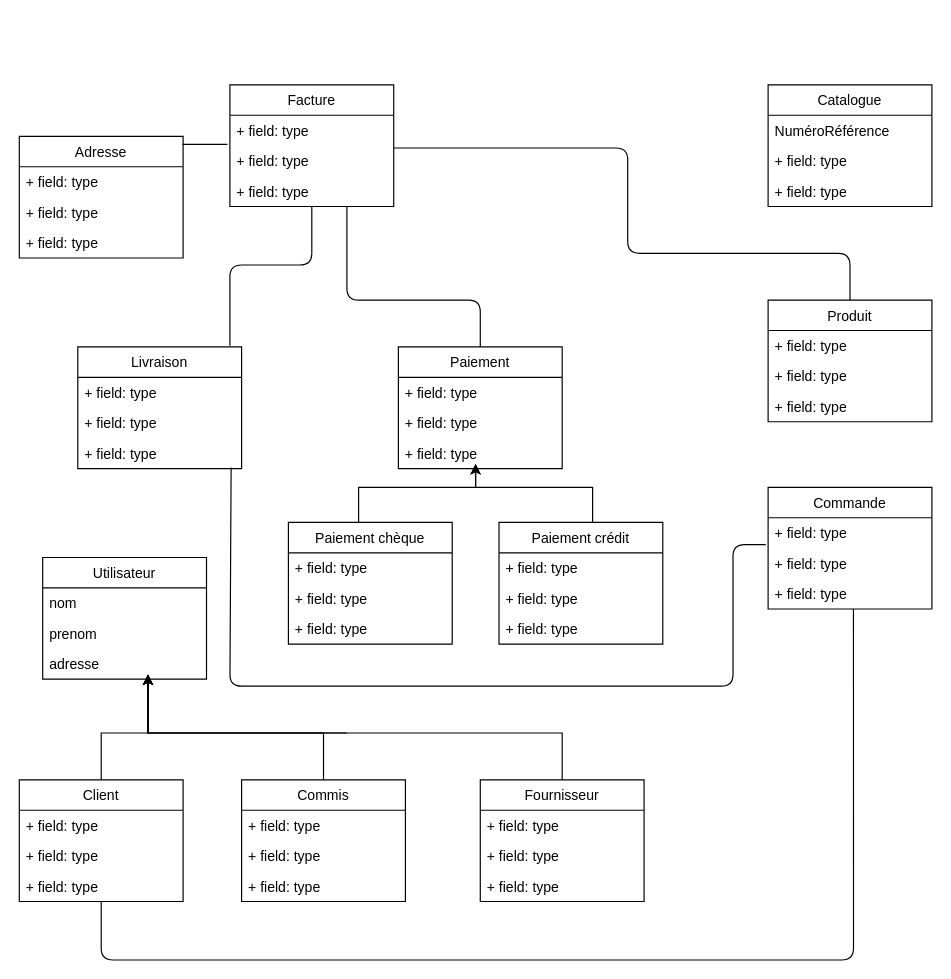
Above: Untitled Diagram.drawio in anaisyaici/tpINF3080 (draw.io), before the change. Source tidied: cells renumbered, new cells numbered last; positions are measured from the earlier drawing's top-left corner, leaving out a move shared by most shapes. Both pictures are drawn from the tidied source at 117%, with x=0, y=0 at pixel (19, 84).
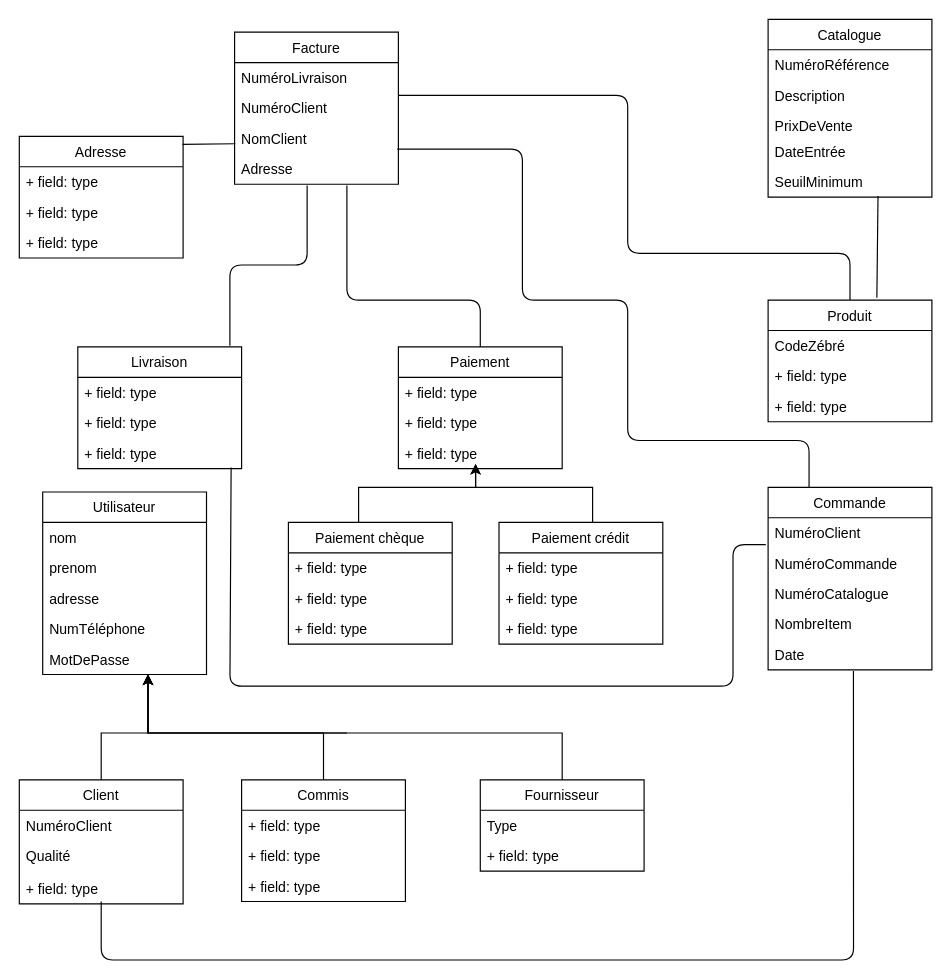
The same page after the edit.

The change refers to these unchanged cells:
```xml
<mxCell id="21" value="Paiement" style="swimlane;fontStyle=0;horizontal=1;startSize=26;fillColor=none;" parent="1" vertex="1">
  <mxGeometry x="324" y="224" width="140" height="104" as="geometry" />
</mxCell>
<mxCell id="35" value="Produit" style="swimlane;fontStyle=0;horizontal=1;startSize=26;fillColor=none;" parent="1" vertex="1">
  <mxGeometry x="640" y="184" width="140" height="104" as="geometry" />
</mxCell>
<mxCell id="60" value="Adresse" style="swimlane;fontStyle=0;horizontal=1;startSize=26;fillColor=none;" parent="1" vertex="1">
  <mxGeometry y="44" width="140" height="104" as="geometry" />
</mxCell>
```

What changed in the source:
```diff
@@
     <mxCell id="3" value="Client" style="swimlane;fontStyle=0;horizontal=1;startSize=26;fillColor=none;" parent="1" vertex="1">
-      <mxGeometry y="594" width="140" height="104" as="geometry" />
+      <mxGeometry y="594" width="140" height="106" as="geometry" />
     </mxCell>
-    <mxCell id="4" value="+ field: type" style="text;strokeColor=none;fillColor=none;align=left;verticalAlign=top;spacingLeft=4;spacingRight=4;overflow=hidden;" parent="3" vertex="1">
+    <mxCell id="4" value="NuméroClient" style="text;strokeColor=none;fillColor=none;align=left;verticalAlign=top;spacingLeft=4;spacingRight=4;overflow=hidden;" parent="3" vertex="1">
       <mxGeometry y="26" width="140" height="26" as="geometry" />
     </mxCell>
-    <mxCell id="5" value="+ field: type" style="text;strokeColor=none;fillColor=none;align=left;verticalAlign=top;spacingLeft=4;spacingRight=4;overflow=hidden;" parent="3" vertex="1">
-      <mxGeometry y="52" width="140" height="26" as="geometry" />
+    <mxCell id="5" value="Qualité" style="text;strokeColor=none;fillColor=none;align=left;verticalAlign=top;spacingLeft=4;spacingRight=4;overflow=hidden;" parent="3" vertex="1">
+      <mxGeometry y="52" width="140" height="28" as="geometry" />
     </mxCell>
     <mxCell id="6" value="+ field: type" style="text;strokeColor=none;fillColor=none;align=left;verticalAlign=top;spacingLeft=4;spacingRight=4;overflow=hidden;" parent="3" vertex="1">
-      <mxGeometry y="78" width="140" height="26" as="geometry" />
+      <mxGeometry y="80" width="140" height="26" as="geometry" />
     </mxCell>
@@
-    <mxCell id="8" value="Utilisateur" style="swimlane;fontStyle=0;horizontal=1;startSize=26;fillColor=none;" parent="1" vertex="1">
-      <mxGeometry x="20" y="404" width="140" height="104" as="geometry" />
-    </mxCell>
-    <mxCell id="9" value="nom" style="text;strokeColor=none;fillColor=none;align=left;verticalAlign=top;spacingLeft=4;spacingRight=4;overflow=hidden;" parent="8" vertex="1">
-      <mxGeometry y="26" width="140" height="26" as="geometry" />
-    </mxCell>
-    <mxCell id="10" value="prenom" style="text;strokeColor=none;fillColor=none;align=left;verticalAlign=top;spacingLeft=4;spacingRight=4;overflow=hidden;" parent="8" vertex="1">
-      <mxGeometry y="52" width="140" height="26" as="geometry" />
-    </mxCell>
-    <mxCell id="11" value="adresse" style="text;strokeColor=none;fillColor=none;align=left;verticalAlign=top;spacingLeft=4;spacingRight=4;overflow=hidden;" parent="8" vertex="1">
-      <mxGeometry y="78" width="140" height="26" as="geometry" />
-    </mxCell>
@@
     <mxCell id="13" value="Commande" style="swimlane;fontStyle=0;horizontal=1;startSize=26;fillColor=none;" parent="1" vertex="1">
-      <mxGeometry x="640" y="344" width="140" height="104" as="geometry" />
+      <mxGeometry x="640" y="344" width="140" height="156" as="geometry" />
     </mxCell>
-    <mxCell id="14" value="+ field: type" style="text;strokeColor=none;fillColor=none;align=left;verticalAlign=top;spacingLeft=4;spacingRight=4;overflow=hidden;points=[[0,0.5],[1,0.5]];portConstraint=eastwest;" parent="13" vertex="1">
+    <mxCell id="14" value="NuméroClient" style="text;strokeColor=none;fillColor=none;align=left;verticalAlign=top;spacingLeft=4;spacingRight=4;overflow=hidden;points=[[0,0.5],[1,0.5]];portConstraint=eastwest;" parent="13" vertex="1">
       <mxGeometry y="26" width="140" height="26" as="geometry" />
     </mxCell>
-    <mxCell id="15" value="+ field: type" style="text;strokeColor=none;fillColor=none;align=left;verticalAlign=top;spacingLeft=4;spacingRight=4;overflow=hidden;" parent="13" vertex="1">
+    <mxCell id="15" value="NuméroCommande" style="text;strokeColor=none;fillColor=none;align=left;verticalAlign=top;spacingLeft=4;spacingRight=4;overflow=hidden;" parent="13" vertex="1">
       <mxGeometry y="52" width="140" height="26" as="geometry" />
     </mxCell>
-    <mxCell id="16" value="+ field: type" style="text;strokeColor=none;fillColor=none;align=left;verticalAlign=top;spacingLeft=4;spacingRight=4;overflow=hidden;points=[[0,0.5],[1,0.5]];portConstraint=eastwest;" parent="13" vertex="1">
+    <mxCell id="16" value="NuméroCatalogue" style="text;strokeColor=none;fillColor=none;align=left;verticalAlign=top;spacingLeft=4;spacingRight=4;overflow=hidden;points=[[0,0.5],[1,0.5]];portConstraint=eastwest;" parent="13" vertex="1">
       <mxGeometry y="78" width="140" height="26" as="geometry" />
     </mxCell>
+    <mxCell id="66" value="NombreItem" style="text;strokeColor=none;fillColor=none;align=left;verticalAlign=top;spacingLeft=4;spacingRight=4;overflow=hidden;" parent="13" vertex="1">
+      <mxGeometry y="104" width="140" height="26" as="geometry" />
+    </mxCell>
+    <mxCell id="67" value="Date" style="text;strokeColor=none;fillColor=none;align=left;verticalAlign=top;spacingLeft=4;spacingRight=4;overflow=hidden;points=[[0,0.5],[1,0.5]];portConstraint=eastwest;" parent="13" vertex="1">
+      <mxGeometry y="130" width="140" height="26" as="geometry" />
+    </mxCell>
@@
-    <mxCell id="36" value="+ field: type" style="text;strokeColor=none;fillColor=none;align=left;verticalAlign=top;spacingLeft=4;spacingRight=4;overflow=hidden;" parent="35" vertex="1">
+    <mxCell id="36" value="CodeZébré" style="text;strokeColor=none;fillColor=none;align=left;verticalAlign=top;spacingLeft=4;spacingRight=4;overflow=hidden;" parent="35" vertex="1">
       <mxGeometry y="26" width="140" height="26" as="geometry" />
     </mxCell>
@@
     <mxCell id="44" value="Fournisseur" style="swimlane;fontStyle=0;horizontal=1;startSize=26;fillColor=none;" parent="1" vertex="1">
-      <mxGeometry x="394" y="594" width="140" height="104" as="geometry" />
+      <mxGeometry x="394" y="594" width="140" height="78" as="geometry" />
     </mxCell>
-    <mxCell id="45" value="+ field: type" style="text;strokeColor=none;fillColor=none;align=left;verticalAlign=top;spacingLeft=4;spacingRight=4;overflow=hidden;" parent="44" vertex="1">
+    <mxCell id="45" value="Type" style="text;strokeColor=none;fillColor=none;align=left;verticalAlign=top;spacingLeft=4;spacingRight=4;overflow=hidden;" parent="44" vertex="1">
       <mxGeometry y="26" width="140" height="26" as="geometry" />
     </mxCell>
-    <mxCell id="46" value="+ field: type" style="text;strokeColor=none;fillColor=none;align=left;verticalAlign=top;spacingLeft=4;spacingRight=4;overflow=hidden;" parent="44" vertex="1">
-      <mxGeometry y="52" width="140" height="26" as="geometry" />
-    </mxCell>
     <mxCell id="47" value="+ field: type" style="text;strokeColor=none;fillColor=none;align=left;verticalAlign=top;spacingLeft=4;spacingRight=4;overflow=hidden;" parent="44" vertex="1">
-      <mxGeometry y="78" width="140" height="26" as="geometry" />
+      <mxGeometry y="52" width="140" height="26" as="geometry" />
     </mxCell>
-    <mxCell id="48" value="Catalogue" style="swimlane;fontStyle=0;horizontal=1;startSize=26;fillColor=none;" parent="1" vertex="1">
-      <mxGeometry x="640" width="140" height="104" as="geometry" />
-    </mxCell>
-    <mxCell id="49" value="NuméroRéférence" style="text;strokeColor=none;fillColor=none;align=left;verticalAlign=top;spacingLeft=4;spacingRight=4;overflow=hidden;" parent="48" vertex="1">
-      <mxGeometry y="26" width="140" height="26" as="geometry" />
-    </mxCell>
-    <mxCell id="50" value="+ field: type" style="text;strokeColor=none;fillColor=none;align=left;verticalAlign=top;spacingLeft=4;spacingRight=4;overflow=hidden;" parent="48" vertex="1">
-      <mxGeometry y="52" width="140" height="26" as="geometry" />
-    </mxCell>
-    <mxCell id="51" value="+ field: type" style="text;strokeColor=none;fillColor=none;align=left;verticalAlign=top;spacingLeft=4;spacingRight=4;overflow=hidden;" parent="48" vertex="1">
-      <mxGeometry y="78" width="140" height="26" as="geometry" />
-    </mxCell>
-    <mxCell id="52" value="Facture" style="swimlane;fontStyle=0;horizontal=1;startSize=26;fillColor=none;" parent="1" vertex="1">
-      <mxGeometry x="180" width="140" height="104" as="geometry" />
-    </mxCell>
-    <mxCell id="53" value="+ field: type" style="text;strokeColor=none;fillColor=none;align=left;verticalAlign=top;spacingLeft=4;spacingRight=4;overflow=hidden;" parent="52" vertex="1">
-      <mxGeometry y="26" width="140" height="26" as="geometry" />
-    </mxCell>
-    <mxCell id="54" value="+ field: type" style="text;strokeColor=none;fillColor=none;align=left;verticalAlign=top;spacingLeft=4;spacingRight=4;overflow=hidden;points=[[0,0.5],[1,0.5]];portConstraint=eastwest;" parent="52" vertex="1">
-      <mxGeometry y="52" width="140" height="26" as="geometry" />
-    </mxCell>
-    <mxCell id="55" value="+ field: type" style="text;strokeColor=none;fillColor=none;align=left;verticalAlign=top;spacingLeft=4;spacingRight=4;overflow=hidden;points=[[0,0.5],[1,0.5]];portConstraint=eastwest;" parent="52" vertex="1">
-      <mxGeometry y="78" width="140" height="26" as="geometry" />
-    </mxCell>
-    <mxCell id="56" style="endArrow=none;html=1;exitX=0.521;exitY=1;exitDx=0;exitDy=0;exitPerimeter=0;" parent="1" edge="1" source="16">
+    <mxCell id="56" style="endArrow=none;html=1;exitX=0.521;exitY=1.038;exitDx=0;exitDy=0;exitPerimeter=0;" parent="1" edge="1" source="67">
       <mxGeometry relative="1" as="geometry">
         <mxPoint x="70" y="698" as="targetPoint" />
         <Array as="points">
           <mxPoint x="713" y="748" />
           <mxPoint x="390" y="748" />
           <mxPoint x="70" y="748" />
         </Array>
       </mxGeometry>
     </mxCell>
-    <mxCell id="57" style="endArrow=none;html=1;entryX=0.5;entryY=0;entryDx=0;entryDy=0;" parent="1" edge="1" source="55" target="21">
+    <mxCell id="57" style="endArrow=none;html=1;entryX=0.5;entryY=0;entryDx=0;entryDy=0;" parent="1" edge="1" target="21">
       <mxGeometry relative="1" as="geometry">
+        <mxPoint x="280" y="86" as="sourcePoint" />
         <Array as="points">
           <mxPoint x="280" y="104" />
           <mxPoint x="280" y="184" />
           <mxPoint x="394" y="184" />
         </Array>
       </mxGeometry>
     </mxCell>
     <mxCell id="58" style="endArrow=none;html=1;entryX=0.5;entryY=0;entryDx=0;entryDy=0;exitX=1;exitY=0.077;exitDx=0;exitDy=0;exitPerimeter=0;" parent="1" edge="1" source="54" target="35">
       <mxGeometry relative="1" as="geometry">
         <Array as="points">
-          <mxPoint x="430" y="54" />
+          <mxPoint x="520" y="9" />
           <mxPoint x="520" y="54" />
           <mxPoint x="520" y="144" />
           <mxPoint x="710" y="144" />
         </Array>
       </mxGeometry>
     </mxCell>
@@
-    <mxCell id="64" style="endArrow=none;html=1;" parent="1" edge="1" target="55">
+    <mxCell id="64" style="endArrow=none;html=1;" parent="1" edge="1">
       <mxGeometry relative="1" as="geometry">
         <mxPoint x="180" y="223" as="sourcePoint" />
+        <mxPoint x="246" y="86" as="targetPoint" />
         <Array as="points">
           <mxPoint x="180" y="154" />
-          <mxPoint x="250" y="154" />
+          <mxPoint x="246" y="154" />
         </Array>
       </mxGeometry>
     </mxCell>
-    <mxCell id="65" style="endArrow=none;html=1;entryX=-0.015;entryY=-0.045;entryDx=0;entryDy=0;entryPerimeter=0;exitX=0.996;exitY=0.066;exitDx=0;exitDy=0;exitPerimeter=0;" parent="1" edge="1" source="60" target="54">
+    <mxCell id="65" style="endArrow=none;html=1;entryX=0.004;entryY=0.668;entryDx=0;entryDy=0;entryPerimeter=0;exitX=0.996;exitY=0.066;exitDx=0;exitDy=0;exitPerimeter=0;" parent="1" edge="1" source="60" target="55">
       <mxGeometry relative="1" as="geometry" />
     </mxCell>
+    <mxCell id="68" style="endArrow=none;html=1;entryX=0.25;entryY=0;entryDx=0;entryDy=0;exitX=0.993;exitY=0.846;exitDx=0;exitDy=0;exitPerimeter=0;" parent="1" edge="1" source="55" target="13">
+      <mxGeometry relative="1" as="geometry">
+        <Array as="points">
+          <mxPoint x="430" y="55" />
+          <mxPoint x="430" y="100" />
+          <mxPoint x="430" y="184" />
+          <mxPoint x="520" y="184" />
+          <mxPoint x="520" y="304" />
+          <mxPoint x="675" y="304" />
+        </Array>
+      </mxGeometry>
+    </mxCell>
+    <mxCell id="48" value="Catalogue" style="swimlane;fontStyle=0;horizontal=1;startSize=26;fillColor=none;" parent="1" vertex="1">
+      <mxGeometry x="640" y="-56" width="140" height="152" as="geometry" />
+    </mxCell>
+    <mxCell id="49" value="NuméroRéférence" style="text;strokeColor=none;fillColor=none;align=left;verticalAlign=top;spacingLeft=4;spacingRight=4;overflow=hidden;" parent="48" vertex="1">
+      <mxGeometry y="26" width="140" height="26" as="geometry" />
+    </mxCell>
+    <mxCell id="50" value="Description" style="text;strokeColor=none;fillColor=none;align=left;verticalAlign=top;spacingLeft=4;spacingRight=4;overflow=hidden;" parent="48" vertex="1">
+      <mxGeometry y="52" width="140" height="26" as="geometry" />
+    </mxCell>
+    <mxCell id="51" value="PrixDeVente" style="text;strokeColor=none;fillColor=none;align=left;verticalAlign=top;spacingLeft=4;spacingRight=4;overflow=hidden;" parent="48" vertex="1">
+      <mxGeometry y="78" width="140" height="22" as="geometry" />
+    </mxCell>
+    <mxCell id="69" value="DateEntrée" style="text;strokeColor=none;fillColor=none;align=left;verticalAlign=top;spacingLeft=4;spacingRight=4;overflow=hidden;" parent="48" vertex="1">
+      <mxGeometry y="100" width="140" height="26" as="geometry" />
+    </mxCell>
+    <mxCell id="70" value="SeuilMinimum" style="text;strokeColor=none;fillColor=none;align=left;verticalAlign=top;spacingLeft=4;spacingRight=4;overflow=hidden;points=[[0,0.5],[1,0.5]];portConstraint=eastwest;" parent="48" vertex="1">
+      <mxGeometry y="126" width="140" height="26" as="geometry" />
+    </mxCell>
+    <mxCell id="8" value="Utilisateur" style="swimlane;fontStyle=0;horizontal=1;startSize=26;fillColor=none;" parent="1" vertex="1">
+      <mxGeometry x="20" y="348" width="140" height="156" as="geometry" />
+    </mxCell>
+    <mxCell id="9" value="nom" style="text;strokeColor=none;fillColor=none;align=left;verticalAlign=top;spacingLeft=4;spacingRight=4;overflow=hidden;" parent="8" vertex="1">
+      <mxGeometry y="26" width="140" height="26" as="geometry" />
+    </mxCell>
+    <mxCell id="10" value="prenom" style="text;strokeColor=none;fillColor=none;align=left;verticalAlign=top;spacingLeft=4;spacingRight=4;overflow=hidden;" parent="8" vertex="1">
+      <mxGeometry y="52" width="140" height="26" as="geometry" />
+    </mxCell>
+    <mxCell id="11" value="adresse" style="text;strokeColor=none;fillColor=none;align=left;verticalAlign=top;spacingLeft=4;spacingRight=4;overflow=hidden;" parent="8" vertex="1">
+      <mxGeometry y="78" width="140" height="26" as="geometry" />
+    </mxCell>
+    <mxCell id="71" value="NumTéléphone" style="text;strokeColor=none;fillColor=none;align=left;verticalAlign=top;spacingLeft=4;spacingRight=4;overflow=hidden;" parent="8" vertex="1">
+      <mxGeometry y="104" width="140" height="26" as="geometry" />
+    </mxCell>
+    <mxCell id="72" value="MotDePasse" style="text;strokeColor=none;fillColor=none;align=left;verticalAlign=top;spacingLeft=4;spacingRight=4;overflow=hidden;" parent="8" vertex="1">
+      <mxGeometry y="130" width="140" height="26" as="geometry" />
+    </mxCell>
+    <mxCell id="73" style="endArrow=none;html=1;entryX=0.671;entryY=0.962;entryDx=0;entryDy=0;entryPerimeter=0;exitX=0.664;exitY=-0.019;exitDx=0;exitDy=0;exitPerimeter=0;" parent="1" edge="1" source="35" target="70">
+      <mxGeometry relative="1" as="geometry" />
+    </mxCell>
+    <mxCell id="52" value="Facture" style="swimlane;fontStyle=0;horizontal=1;startSize=26;fillColor=none;" parent="1" vertex="1">
+      <mxGeometry x="184" y="-45" width="140" height="130" as="geometry" />
+    </mxCell>
+    <mxCell id="53" value="NuméroLivraison" style="text;strokeColor=none;fillColor=none;align=left;verticalAlign=top;spacingLeft=4;spacingRight=4;overflow=hidden;" parent="52" vertex="1">
+      <mxGeometry y="26" width="140" height="26" as="geometry" />
+    </mxCell>
+    <mxCell id="54" value="NuméroClient" style="text;strokeColor=none;fillColor=none;align=left;verticalAlign=top;spacingLeft=4;spacingRight=4;overflow=hidden;points=[[0,0.5],[1,0.5]];portConstraint=eastwest;" parent="52" vertex="1">
+      <mxGeometry y="52" width="140" height="26" as="geometry" />
+    </mxCell>
+    <mxCell id="55" value="NomClient" style="text;strokeColor=none;fillColor=none;align=left;verticalAlign=top;spacingLeft=4;spacingRight=4;overflow=hidden;points=[[0,0.5],[1,0.5]];portConstraint=eastwest;" parent="52" vertex="1">
+      <mxGeometry y="78" width="140" height="26" as="geometry" />
+    </mxCell>
+    <mxCell id="74" value="Adresse" style="text;strokeColor=none;fillColor=none;align=left;verticalAlign=top;spacingLeft=4;spacingRight=4;overflow=hidden;" parent="52" vertex="1">
+      <mxGeometry y="104" width="140" height="26" as="geometry" />
+    </mxCell>
```
